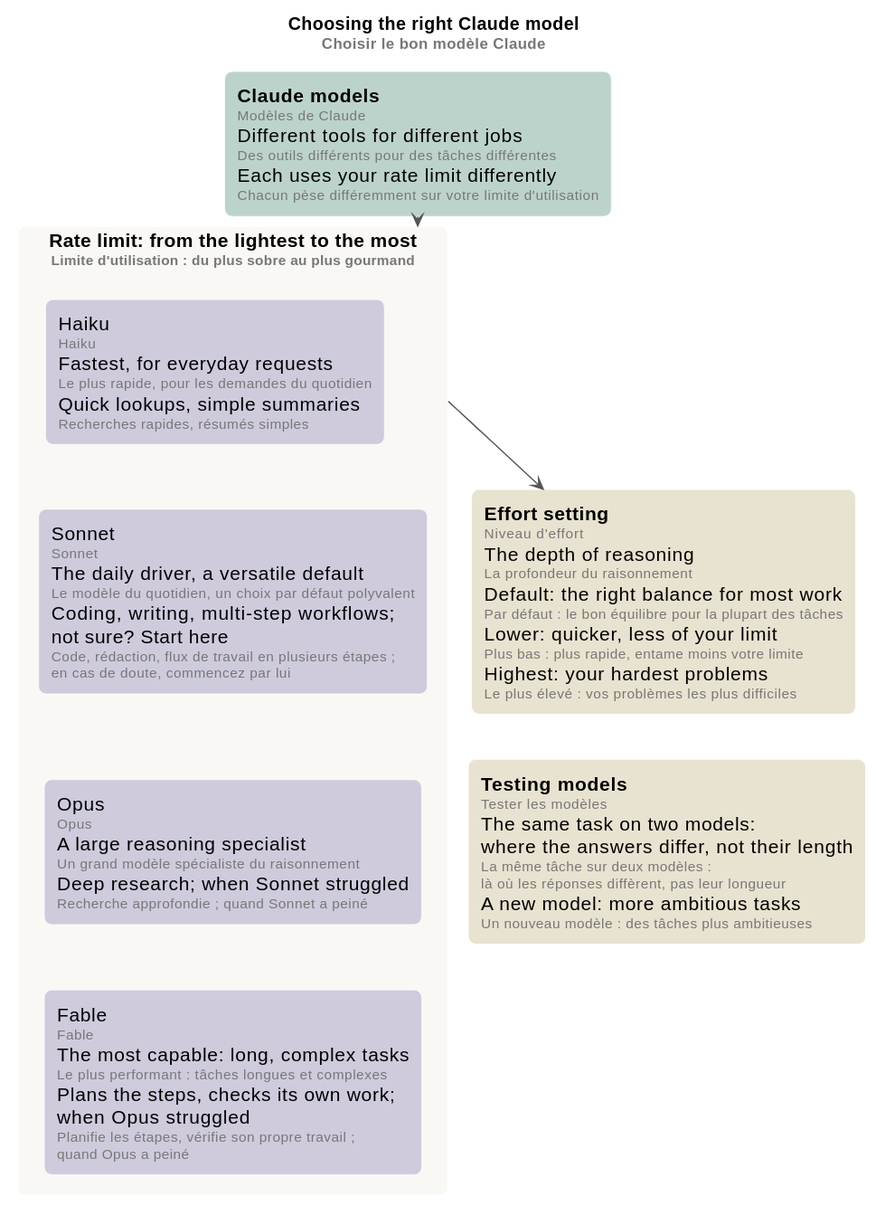
This is 04-choosing-the-right-claude-model/mindmap/four-models.svg from ltruchot/anthropic-academy-ai-glossary, a PlantUML export, as it was before one commit.
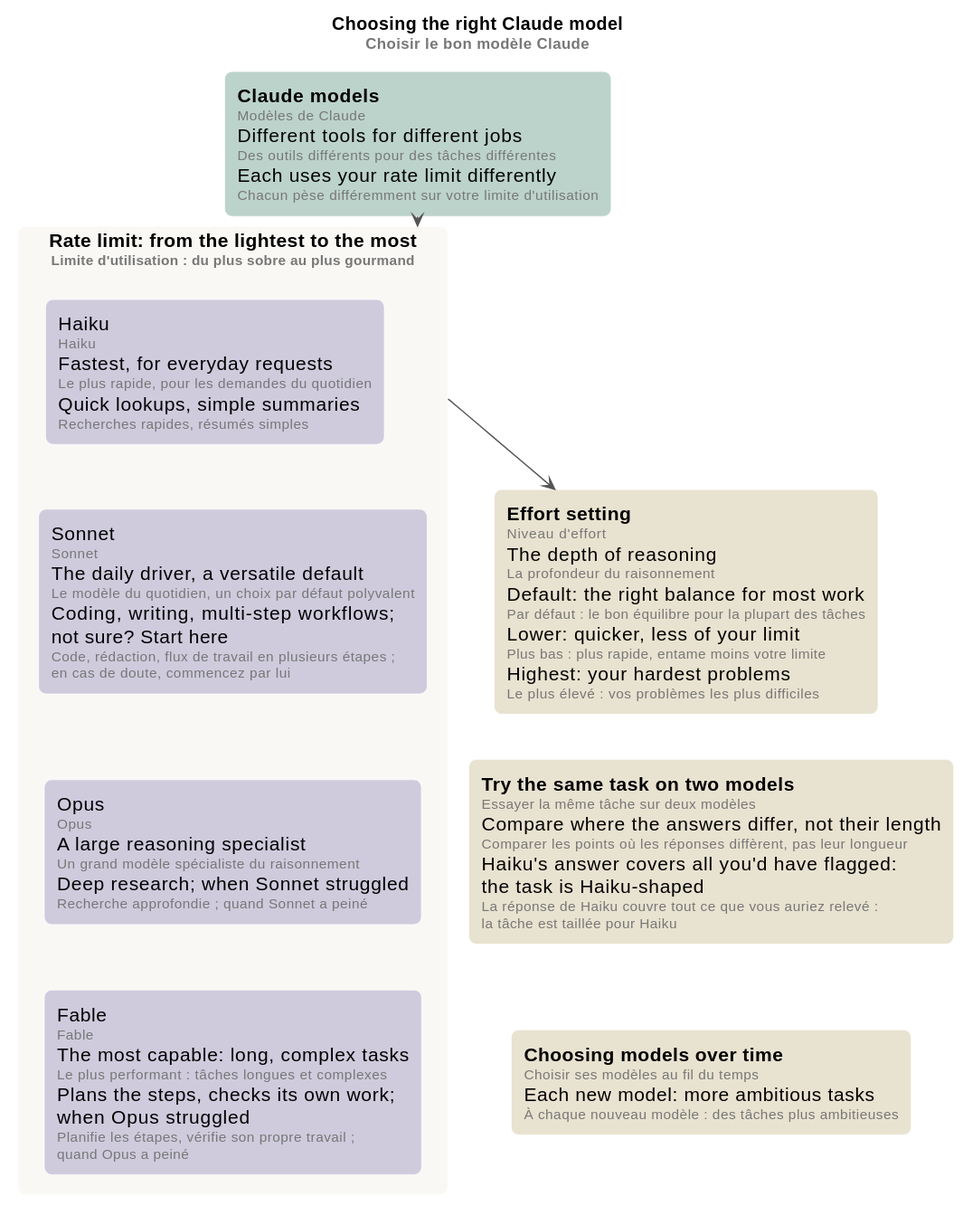
Above is the later version.

Commit message:
docs: four models map, the course's own section titles and the Haiku-shaped test

What changed in the source:
```diff
@@ -28,7 +28,9 @@
 
 rectangle "**Effort setting**\n<size:11><color:#777>Niveau d'effort</color></size>\nThe depth of reasoning\n<size:11><color:#777>La profondeur du raisonnement</color></size>\nDefault: the right balance for most work\n<size:11><color:#777>Par défaut : le bon équilibre pour la plupart des tâches</color></size>\nLower: quicker, less of your limit\n<size:11><color:#777>Plus bas : plus rapide, entame moins votre limite</color></size>\nHighest: your hardest problems\n<size:11><color:#777>Le plus élevé : vos problèmes les plus difficiles</color></size>" as EF #E8E2D0
 
-rectangle "**Testing models**\n<size:11><color:#777>Tester les modèles</color></size>\nThe same task on two models:\nwhere the answers differ, not their length\n<size:11><color:#777>La même tâche sur deux modèles :</color></size>\n<size:11><color:#777>là où les réponses diffèrent, pas leur longueur</color></size>\nA new model: more ambitious tasks\n<size:11><color:#777>Un nouveau modèle : des tâches plus ambitieuses</color></size>" as TE #E8E2D0
+rectangle "**Try the same task on two models**\n<size:11><color:#777>Essayer la même tâche sur deux modèles</color></size>\nCompare where the answers differ, not their length\n<size:11><color:#777>Comparer les points où les réponses diffèrent, pas leur longueur</color></size>\nHaiku's answer covers all you'd have flagged:\nthe task is Haiku-shaped\n<size:11><color:#777>La réponse de Haiku couvre tout ce que vous auriez relevé :</color></size>\n<size:11><color:#777>la tâche est taillée pour Haiku</color></size>" as TE #E8E2D0
+
+rectangle "**Choosing models over time**\n<size:11><color:#777>Choisir ses modèles au fil du temps</color></size>\nEach new model: more ambitious tasks\n<size:11><color:#777>À chaque nouveau modèle : des tâches plus ambitieuses</color></size>" as TI #E8E2D0
 
 HA -[hidden]down- SO
 SO -[hidden]down- OP
@@ -37,4 +39,5 @@
 CM --> RANGE
 RANGE --> EF
 EF -[hidden]down- TE
+TE -[hidden]down- TI
 @enduml
```
